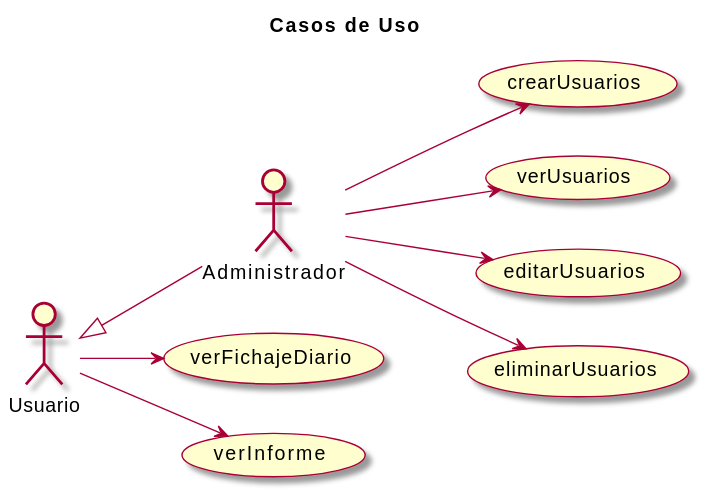
mmasias/23-24-IdSw1-SDR keeps this PlantUML diagram as imagenes/casosDeUso/diagramaCasosDeUso.svg. Above is the earlier version.
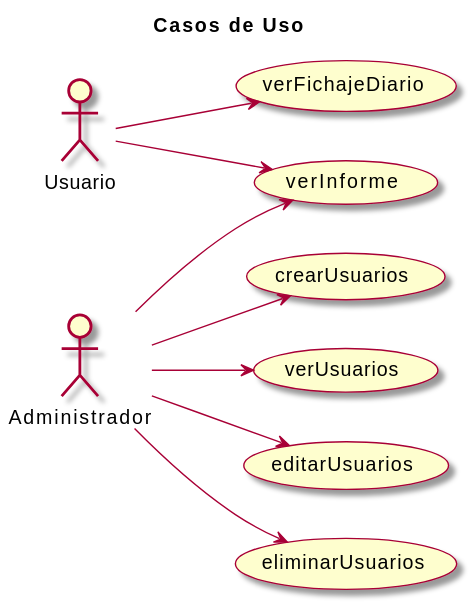
Later version of the same file.

The edit, as a diff of the source:
```diff
@@ -3,7 +3,7 @@
 left to right direction
 title Casos de Uso
 
-Administrador -up-|> Usuario
+
 
 Usuario --> (verFichajeDiario)
 Usuario --> (verInforme)
@@ -12,4 +12,5 @@
 Administrador --> (verUsuarios)
 Administrador --> (editarUsuarios)
 Administrador --> (eliminarUsuarios)
+Administrador --> (verInforme)
 @enduml
```
